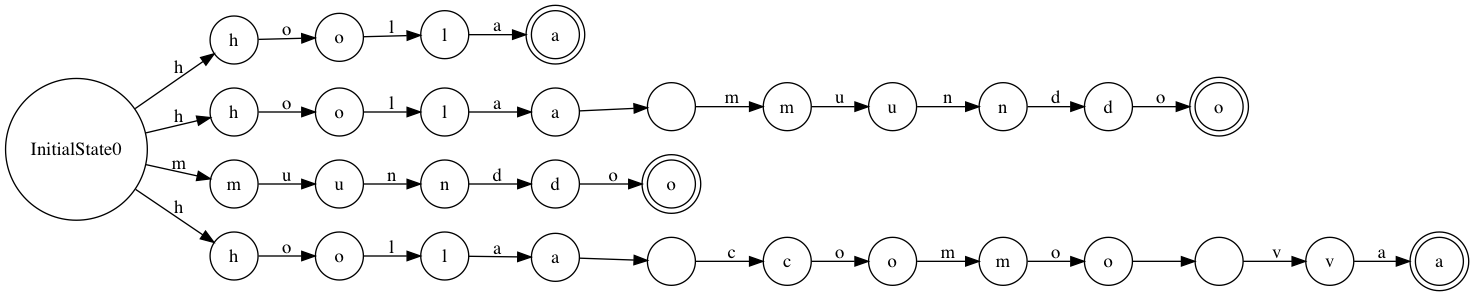
This is nfa.png from NicolasMoreno/MateDiscreta, a Graphviz export, as it was before one commit. Its source is kept beside it as nfa.dot.
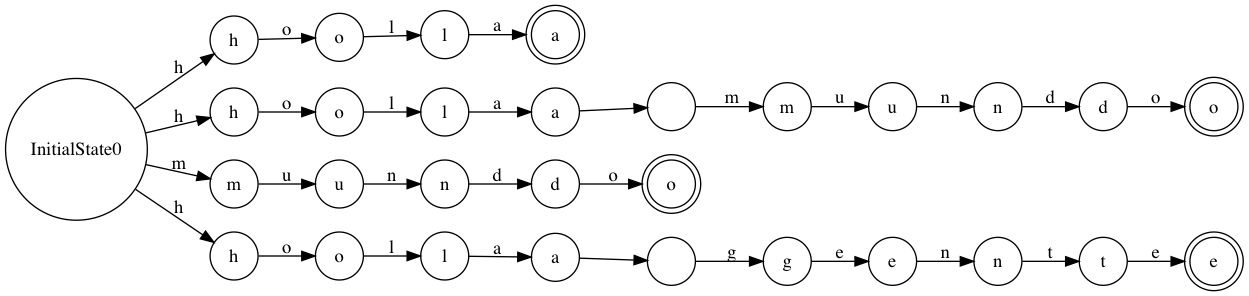
Above is the later version.

Diff of the diagram source:
```diff
@@ -49,18 +49,14 @@
 	 l2 -> a2[label="a"];
 	 node [shape=circle] _1 [label =" "];
 	 a2 -> _1[label=" "];
-	 node [shape=circle] c0 [label ="c"];
-	 _1 -> c0[label="c"];
-	 node [shape=circle] o5 [label ="o"];
-	 c0 -> o5[label="o"];
-	 node [shape=circle] m2 [label ="m"];
-	 o5 -> m2[label="m"];
-	 node [shape=circle] o6 [label ="o"];
-	 m2 -> o6[label="o"];
-	 node [shape=circle] _2 [label =" "];
-	 o6 -> _2[label=" "];
-	 node [shape=circle] v0 [label ="v"];
-	 _2 -> v0[label="v"];
-	 node [shape= doublecircle] a3 [label ="a"];
-	 v0 -> a3[label="a"];
+	 node [shape=circle] g0 [label ="g"];
+	 _1 -> g0[label="g"];
+	 node [shape=circle] e0 [label ="e"];
+	 g0 -> e0[label="e"];
+	 node [shape=circle] n2 [label ="n"];
+	 e0 -> n2[label="n"];
+	 node [shape=circle] t0 [label ="t"];
+	 n2 -> t0[label="t"];
+	 node [shape= doublecircle] e1 [label ="e"];
+	 t0 -> e1[label="e"];
 }
```
